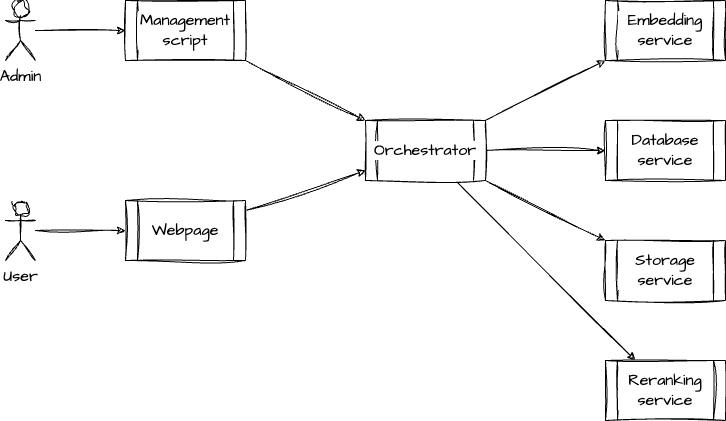
Earlier version of the draw.io export docs/service-simplified.drawio.png (jimwang99/image-search-demo). Source tidied: cells renumbered, new cells last; positions are measured from the earlier drawing's top-left corner, leaving out a move shared by most shapes.
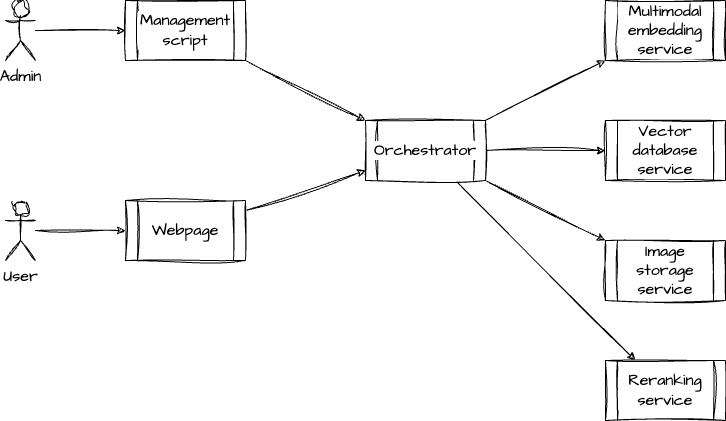
The same file after the commit.

The edit, as a diff of the source:
```diff
@@ -8,13 +8,13 @@
     <mxCell id="3" style="edgeStyle=none;shape=connector;rounded=0;sketch=1;hachureGap=4;jiggle=2;curveFitting=1;jettySize=auto;html=1;strokeColor=default;align=center;verticalAlign=middle;fontFamily=Architects Daughter;fontSource=https%3A%2F%2Ffonts.googleapis.com%2Fcss%3Ffamily%3DArchitects%2BDaughter;fontSize=16;fontColor=default;labelBackgroundColor=default;endArrow=classic;" parent="1" edge="1" source="14" target="13">
       <mxGeometry relative="1" as="geometry" />
     </mxCell>
-    <mxCell id="4" value="Embedding service" style="shape=process;whiteSpace=wrap;html=1;backgroundOutline=1;sketch=1;hachureGap=4;jiggle=2;curveFitting=1;strokeColor=default;align=center;verticalAlign=middle;fontFamily=Architects Daughter;fontSource=https%3A%2F%2Ffonts.googleapis.com%2Fcss%3Ffamily%3DArchitects%2BDaughter;fontSize=16;fontColor=default;labelBackgroundColor=default;fillColor=default;" parent="1" vertex="1">
+    <mxCell id="4" value="Multimodal embedding service" style="shape=process;whiteSpace=wrap;html=1;backgroundOutline=1;sketch=1;hachureGap=4;jiggle=2;curveFitting=1;strokeColor=default;align=center;verticalAlign=middle;fontFamily=Architects Daughter;fontSource=https%3A%2F%2Ffonts.googleapis.com%2Fcss%3Ffamily%3DArchitects%2BDaughter;fontSize=16;fontColor=default;labelBackgroundColor=default;fillColor=default;" parent="1" vertex="1">
       <mxGeometry x="600" width="120" height="60" as="geometry" />
     </mxCell>
-    <mxCell id="5" value="Database service" style="shape=process;whiteSpace=wrap;html=1;backgroundOutline=1;sketch=1;hachureGap=4;jiggle=2;curveFitting=1;strokeColor=default;align=center;verticalAlign=middle;fontFamily=Architects Daughter;fontSource=https%3A%2F%2Ffonts.googleapis.com%2Fcss%3Ffamily%3DArchitects%2BDaughter;fontSize=16;fontColor=default;labelBackgroundColor=default;fillColor=default;" parent="1" vertex="1">
+    <mxCell id="5" value="Vector database service" style="shape=process;whiteSpace=wrap;html=1;backgroundOutline=1;sketch=1;hachureGap=4;jiggle=2;curveFitting=1;strokeColor=default;align=center;verticalAlign=middle;fontFamily=Architects Daughter;fontSource=https%3A%2F%2Ffonts.googleapis.com%2Fcss%3Ffamily%3DArchitects%2BDaughter;fontSize=16;fontColor=default;labelBackgroundColor=default;fillColor=default;" parent="1" vertex="1">
       <mxGeometry x="600" y="120" width="120" height="60" as="geometry" />
     </mxCell>
-    <mxCell id="6" value="Storage service" style="shape=process;whiteSpace=wrap;html=1;backgroundOutline=1;sketch=1;hachureGap=4;jiggle=2;curveFitting=1;strokeColor=default;align=center;verticalAlign=middle;fontFamily=Architects Daughter;fontSource=https%3A%2F%2Ffonts.googleapis.com%2Fcss%3Ffamily%3DArchitects%2BDaughter;fontSize=16;fontColor=default;labelBackgroundColor=default;fillColor=default;" parent="1" vertex="1">
+    <mxCell id="6" value="Image storage service" style="shape=process;whiteSpace=wrap;html=1;backgroundOutline=1;sketch=1;hachureGap=4;jiggle=2;curveFitting=1;strokeColor=default;align=center;verticalAlign=middle;fontFamily=Architects Daughter;fontSource=https%3A%2F%2Ffonts.googleapis.com%2Fcss%3Ffamily%3DArchitects%2BDaughter;fontSize=16;fontColor=default;labelBackgroundColor=default;fillColor=default;" parent="1" vertex="1">
       <mxGeometry x="600" y="240" width="120" height="60" as="geometry" />
     </mxCell>
     <mxCell id="7" style="edgeStyle=none;shape=connector;rounded=0;sketch=1;hachureGap=4;jiggle=2;curveFitting=1;jettySize=auto;html=1;strokeColor=default;align=center;verticalAlign=middle;fontFamily=Architects Daughter;fontSource=https%3A%2F%2Ffonts.googleapis.com%2Fcss%3Ffamily%3DArchitects%2BDaughter;fontSize=16;fontColor=default;labelBackgroundColor=default;endArrow=classic;" parent="1" edge="1" source="11" target="4">
```
